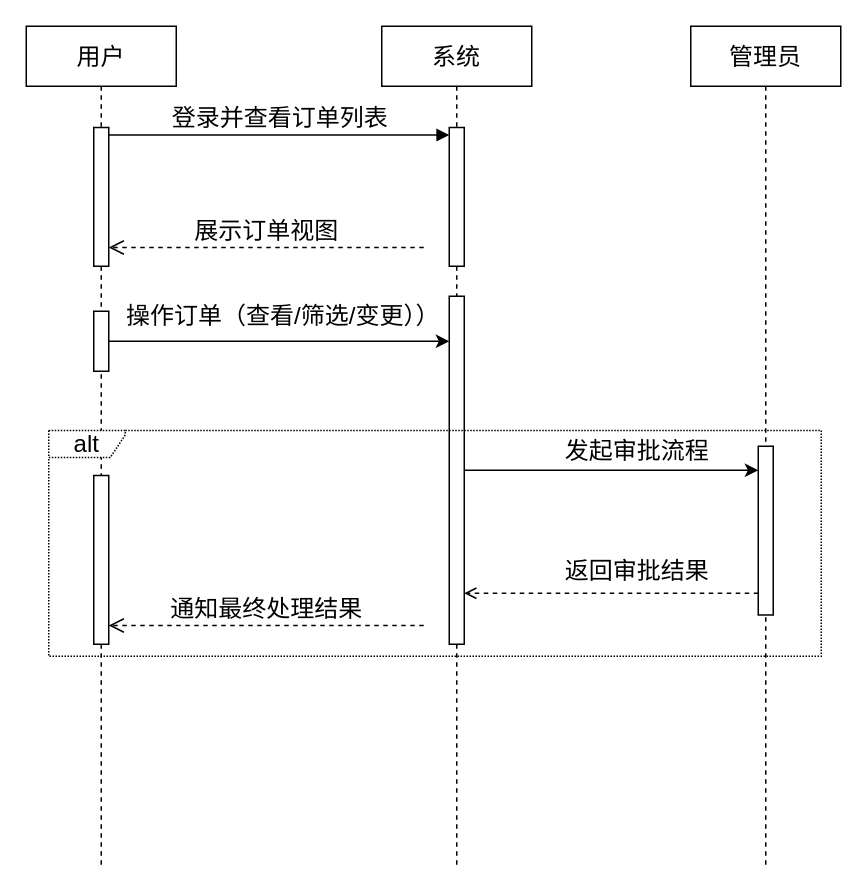
blackjack2022/draw.io keeps this draw.io diagram as page "图3-6" (4 of 7) of 时序图.drawio. Above is the earlier version. Source tidied: cells renumbered, new cells numbered last; positions are measured from the earlier drawing's top-left corner, leaving out a move shared by most shapes. Both pictures are drawn from the tidied source at 150%, with x=0, y=0 at pixel (26, 26).
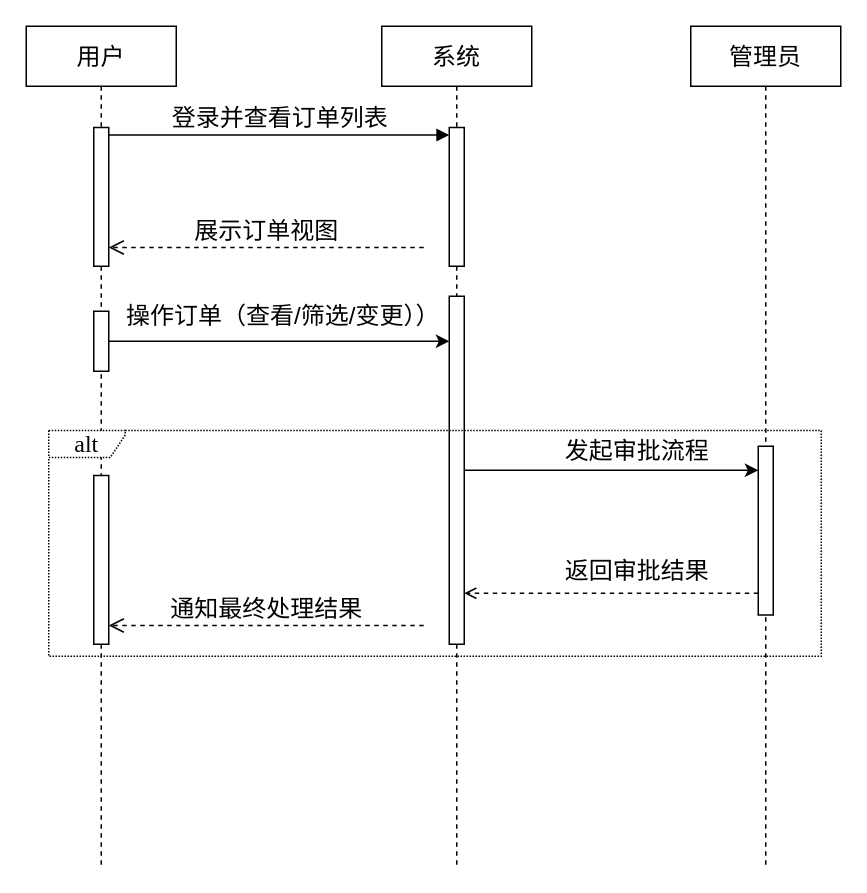
After the change.

The edit, as a diff of the source:
```diff
@@
-    <mxCell id="12" value="alt" style="shape=umlFrame;whiteSpace=wrap;html=1;width=51;dashed=1;height=18;fontSize=16;fontFamily=宋体;dashPattern=1 1;" parent="1" vertex="1">
+    <mxCell id="12" value="&lt;font face=&quot;Times New Roman&quot;&gt;alt&lt;/font&gt;" style="shape=umlFrame;whiteSpace=wrap;html=1;width=51;dashed=1;height=18;fontSize=16;fontFamily=宋体;dashPattern=1 1;" parent="1" vertex="1">
       <mxGeometry x="15" y="269.5" width="515" height="150.5" as="geometry" />
     </mxCell>
```
